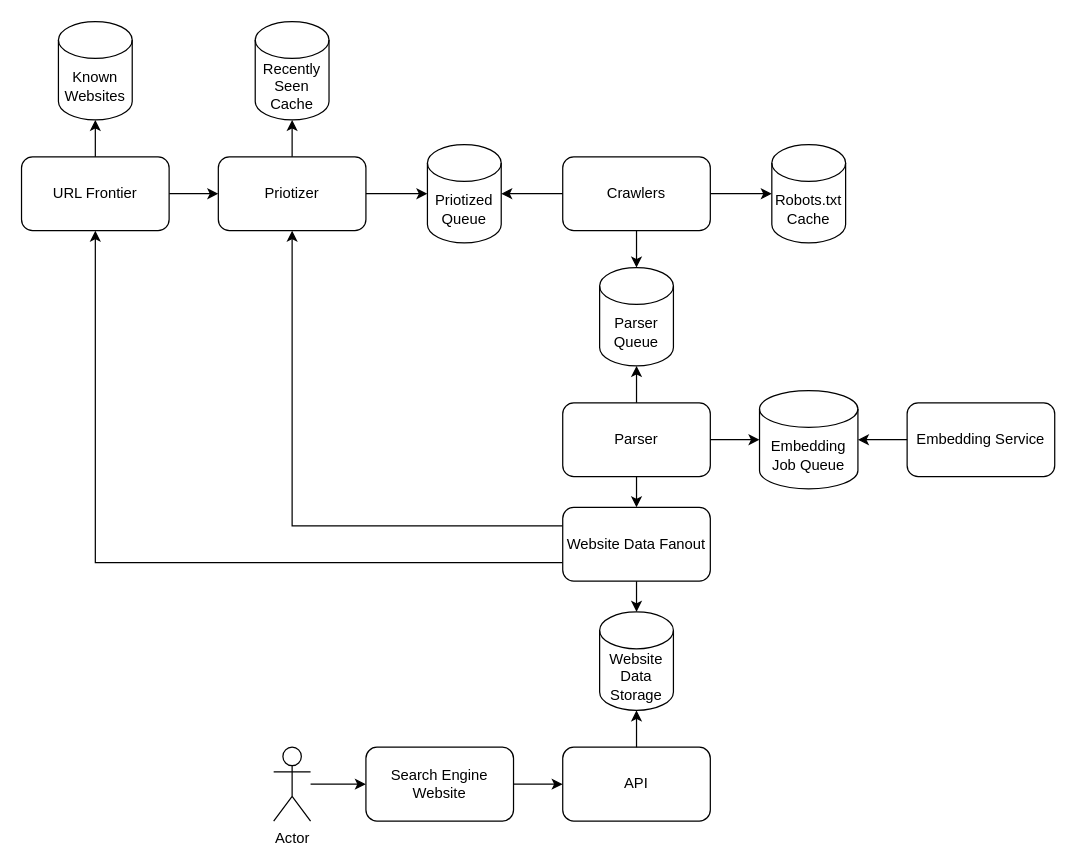
This is search-engine-architecture.drawio from thothent/Diagrams, a draw.io file, before an edit. Source tidied: cells renumbered, new cells numbered last; positions are measured from the earlier drawing's top-left corner, leaving out a move shared by most shapes. Both pictures are drawn from the tidied source at 123%, with x=0, y=0 at pixel (21, 21).
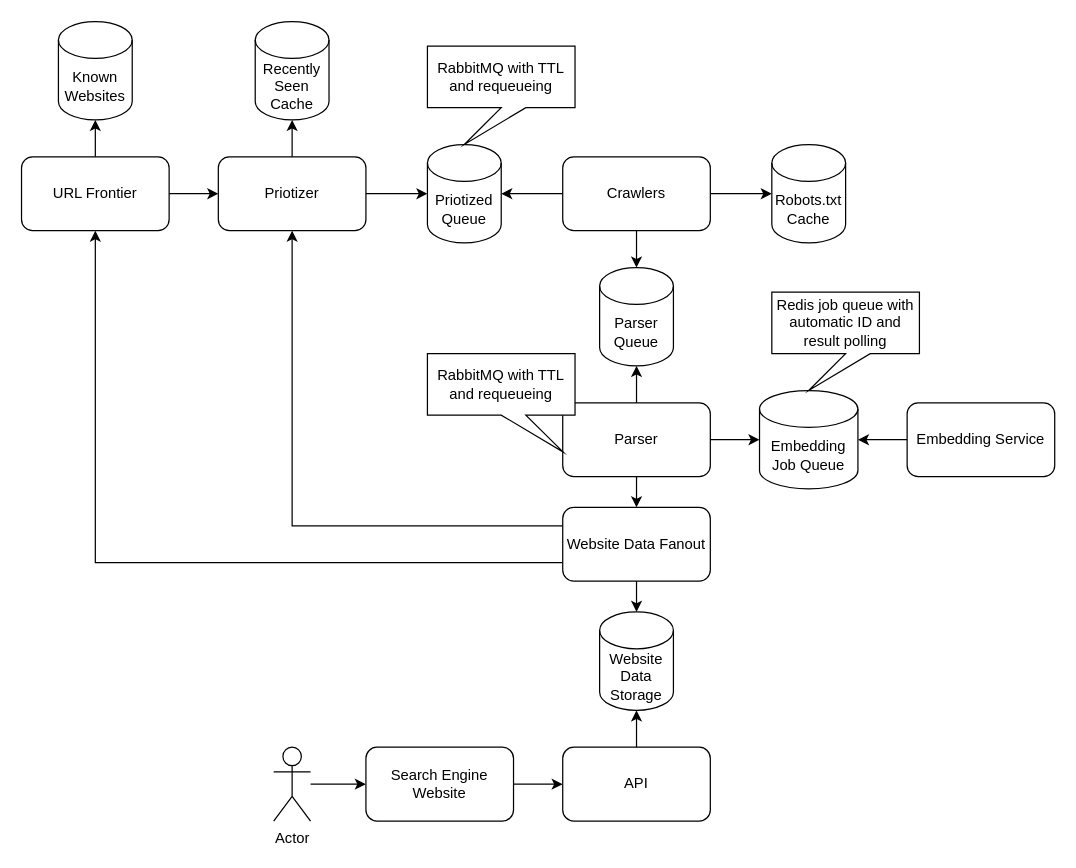
After the change.

Commit message:
added redis job queue and details for queues

What changed in the source:
```diff
@@
+    <mxCell id="35" value="RabbitMQ with TTL and requeueing" style="shape=callout;whiteSpace=wrap;html=1;perimeter=calloutPerimeter;position2=0.25;" parent="1" vertex="1">
+      <mxGeometry x="330" y="20" width="120" height="80" as="geometry" />
+    </mxCell>
+    <mxCell id="36" value="Redis job queue with automatic ID and result polling" style="shape=callout;whiteSpace=wrap;html=1;perimeter=calloutPerimeter;position2=0.25;" parent="1" vertex="1">
+      <mxGeometry x="610" y="220" width="120" height="80" as="geometry" />
+    </mxCell>
+    <mxCell id="37" value="RabbitMQ with TTL and requeueing" style="shape=callout;whiteSpace=wrap;html=1;perimeter=calloutPerimeter;position2=0.92;" parent="1" vertex="1">
+      <mxGeometry x="330" y="270" width="120" height="80" as="geometry" />
+    </mxCell>
```
